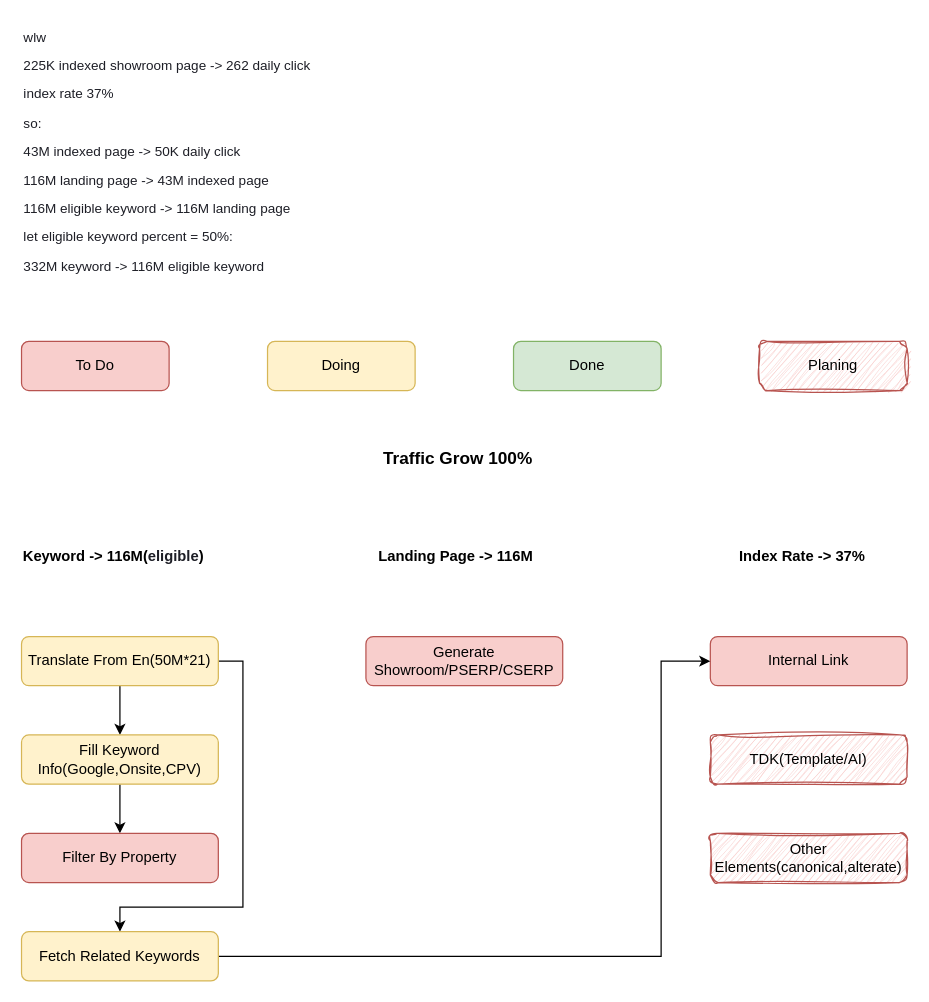
VisableHarry/seo-drawio keeps this draw.io diagram as drawio/OKR.drawio. Above is the earlier version. Source tidied: cells renumbered, new cells numbered last; positions are measured from the earlier drawing's top-left corner, leaving out a move shared by most shapes. Both pictures are drawn from the tidied source at 123%, with x=0, y=0 at pixel (21, 21).
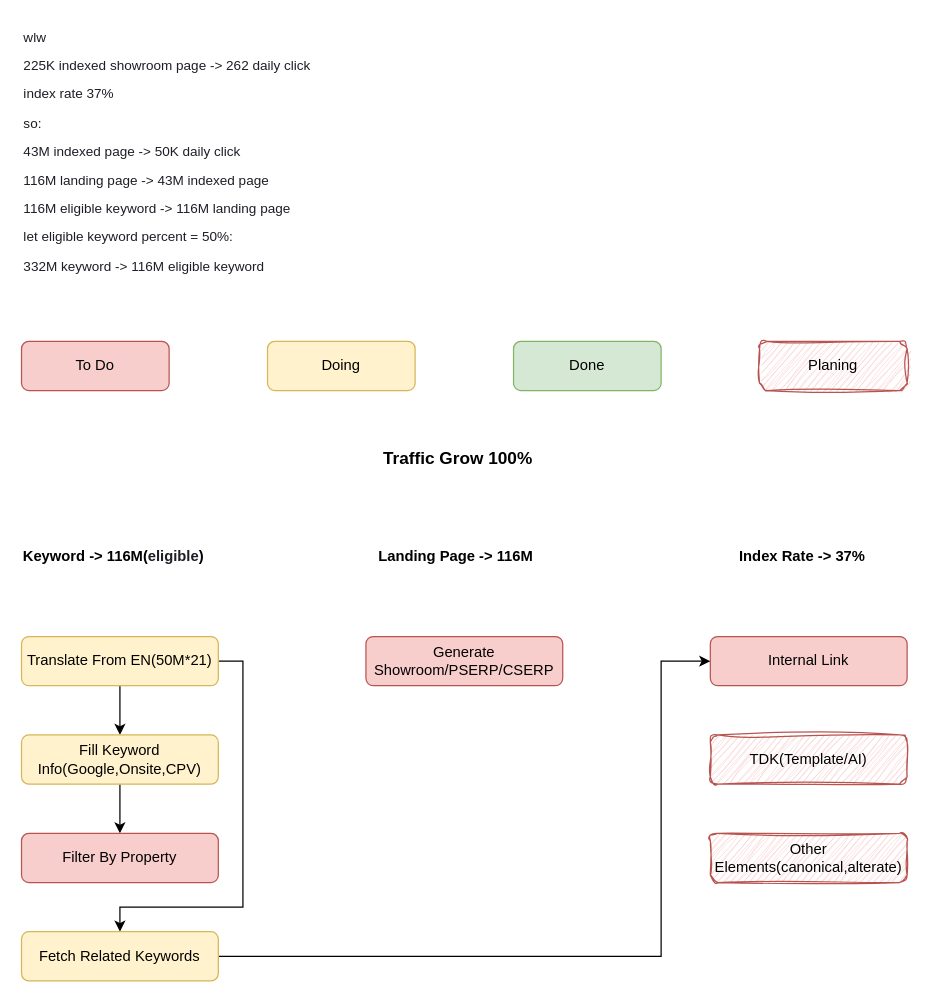
The same diagram, later.

Diff of the diagram source:
```diff
@@
-    <mxCell id="9" value="Translate From En(50M*21)" style="rounded=1;whiteSpace=wrap;html=1;fillColor=#fff2cc;strokeColor=#d6b656;" parent="1" vertex="1">
+    <mxCell id="9" value="Translate From EN(50M*21)" style="rounded=1;whiteSpace=wrap;html=1;fillColor=#fff2cc;strokeColor=#d6b656;" parent="1" vertex="1">
       <mxGeometry y="500" width="160" height="40" as="geometry" />
     </mxCell>
```
